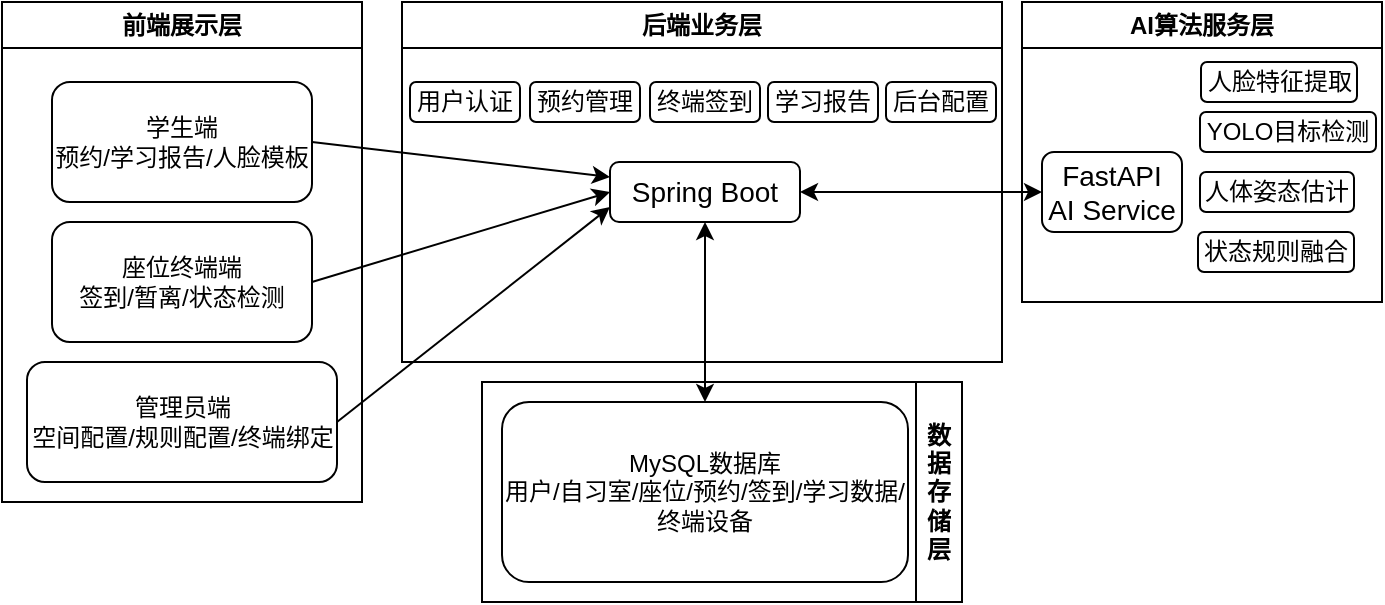
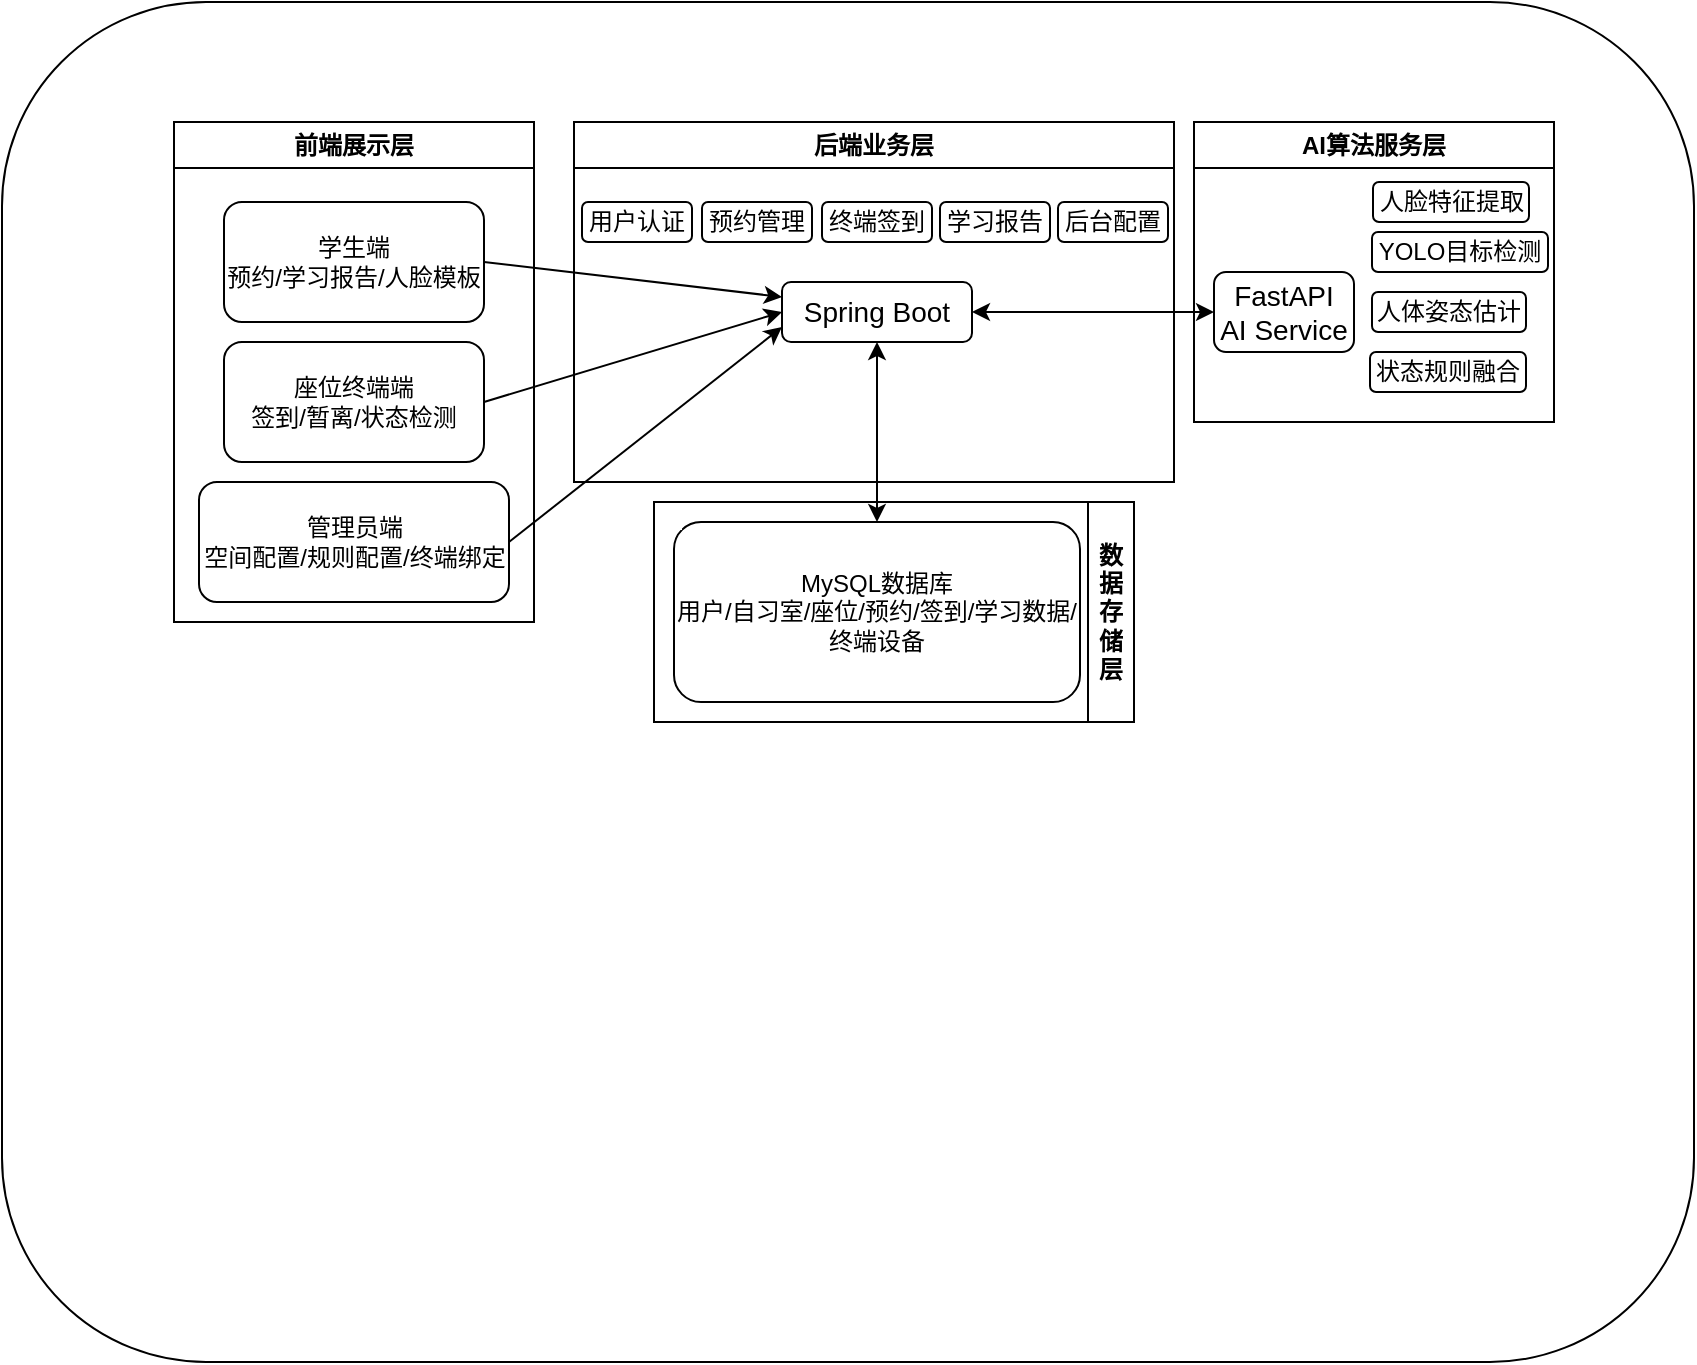
<mxfile host="app.diagrams.net">
  <diagram name="Page-1" id="PEGI1Ielw9zRde44c1g-">
-     <mxGraphModel dx="1153" dy="767" grid="1" gridSize="10" guides="1" tooltips="1" connect="1" arrows="1" fold="1" page="1" pageScale="1" pageWidth="827" pageHeight="1169" math="0" shadow="0">
+     <mxGraphModel dx="821" dy="632" grid="1" gridSize="10" guides="1" tooltips="1" connect="1" arrows="1" fold="1" page="1" pageScale="1" pageWidth="827" pageHeight="1169" math="0" shadow="0">
      <root>
        <mxCell id="0" />
        <mxCell id="1" parent="0" />
+         <mxCell id="z-3stG__BQb6WuKsjPy7-1" parent="1" style="rounded=1;whiteSpace=wrap;html=1;" value="" vertex="1">
+           <mxGeometry height="680" width="846" x="64" y="80" as="geometry" />
+         </mxCell>
        <mxCell id="lSehXV5eR5mi8nAGAwuA-3" parent="1" style="swimlane;whiteSpace=wrap;html=1;" value="前端展示层" vertex="1">
          <mxGeometry height="250" width="180" x="150" y="140" as="geometry" />
        </mxCell>
        <mxCell id="lSehXV5eR5mi8nAGAwuA-4" parent="lSehXV5eR5mi8nAGAwuA-3" style="rounded=1;whiteSpace=wrap;html=1;" value="学生端&lt;br&gt;预约/学习报告/人脸模板" vertex="1">
          <mxGeometry height="60" width="130" x="25" y="40" as="geometry" />
        </mxCell>
        <mxCell id="lSehXV5eR5mi8nAGAwuA-5" parent="lSehXV5eR5mi8nAGAwuA-3" style="rounded=1;whiteSpace=wrap;html=1;" value="座位终端端&lt;div&gt;签到/暂离/状态检测&lt;/div&gt;" vertex="1">
          <mxGeometry height="60" width="130" x="25" y="110" as="geometry" />
        </mxCell>
        <mxCell id="lSehXV5eR5mi8nAGAwuA-6" parent="lSehXV5eR5mi8nAGAwuA-3" style="rounded=1;whiteSpace=wrap;html=1;" value="管理员端&lt;div&gt;空间配置/规则配置/终端绑定&lt;/div&gt;" vertex="1">
          <mxGeometry height="60" width="155" x="12.5" y="180" as="geometry" />
+         </mxCell>
+         <mxCell id="z-3stG__BQb6WuKsjPy7-2" parent="lSehXV5eR5mi8nAGAwuA-3" style="rounded=1;whiteSpace=wrap;html=1;arcSize=0;strokeColor=none;" value="" vertex="1">
+           <mxGeometry height="14" width="16" x="3" y="2" as="geometry" />
        </mxCell>
        <mxCell id="lSehXV5eR5mi8nAGAwuA-7" parent="1" style="swimlane;whiteSpace=wrap;html=1;" value="后端业务层" vertex="1">
          <mxGeometry height="180" width="300" x="350" y="140" as="geometry" />
        </mxCell>
        <mxCell id="lSehXV5eR5mi8nAGAwuA-9" parent="lSehXV5eR5mi8nAGAwuA-7" style="rounded=1;whiteSpace=wrap;html=1;" value="用户认证" vertex="1">
          <mxGeometry height="20" width="55" x="4" y="40" as="geometry" />
        </mxCell>
        <mxCell id="lSehXV5eR5mi8nAGAwuA-10" parent="lSehXV5eR5mi8nAGAwuA-7" style="rounded=1;whiteSpace=wrap;html=1;" value="预约管理" vertex="1">
          <mxGeometry height="20" width="55" x="64" y="40" as="geometry" />
        </mxCell>
        <mxCell id="lSehXV5eR5mi8nAGAwuA-12" parent="lSehXV5eR5mi8nAGAwuA-7" style="rounded=1;whiteSpace=wrap;html=1;" value="学习报告" vertex="1">
          <mxGeometry height="20" width="55" x="183" y="40" as="geometry" />
        </mxCell>
        <mxCell id="lSehXV5eR5mi8nAGAwuA-13" parent="lSehXV5eR5mi8nAGAwuA-7" style="rounded=1;whiteSpace=wrap;html=1;" value="后台配置" vertex="1">
          <mxGeometry height="20" width="55" x="242" y="40" as="geometry" />
        </mxCell>
        <mxCell id="lSehXV5eR5mi8nAGAwuA-11" parent="lSehXV5eR5mi8nAGAwuA-7" style="rounded=1;whiteSpace=wrap;html=1;" value="终端签到" vertex="1">
          <mxGeometry height="20" width="55" x="124" y="40" as="geometry" />
        </mxCell>
        <mxCell id="lSehXV5eR5mi8nAGAwuA-8" parent="lSehXV5eR5mi8nAGAwuA-7" style="rounded=1;whiteSpace=wrap;html=1;" value="&lt;font style=&quot;font-size: 14px;&quot;&gt;Spring Boot&lt;/font&gt;" vertex="1">
          <mxGeometry height="30" width="95" x="104" y="80" as="geometry" />
        </mxCell>
        <mxCell id="lSehXV5eR5mi8nAGAwuA-14" parent="1" style="swimlane;whiteSpace=wrap;html=1;" value="AI算法服务层" vertex="1">
          <mxGeometry height="150" width="180" x="660" y="140" as="geometry" />
        </mxCell>
        <mxCell id="lSehXV5eR5mi8nAGAwuA-15" parent="lSehXV5eR5mi8nAGAwuA-14" style="rounded=1;whiteSpace=wrap;html=1;" value="&lt;font style=&quot;font-size: 14px;&quot;&gt;FastAPI&lt;/font&gt;&lt;div&gt;&lt;font style=&quot;font-size: 14px;&quot;&gt;AI&amp;nbsp;&lt;/font&gt;&lt;span style=&quot;font-size: 14px; background-color: transparent; color: light-dark(rgb(0, 0, 0), rgb(255, 255, 255));&quot;&gt;Service&lt;/span&gt;&lt;/div&gt;" vertex="1">
          <mxGeometry height="40" width="70" x="10" y="75" as="geometry" />
        </mxCell>
        <mxCell id="lSehXV5eR5mi8nAGAwuA-16" parent="lSehXV5eR5mi8nAGAwuA-14" style="rounded=1;whiteSpace=wrap;html=1;" value="人脸特征提取" vertex="1">
          <mxGeometry height="20" width="78" x="89.5" y="30" as="geometry" />
        </mxCell>
        <mxCell id="lSehXV5eR5mi8nAGAwuA-17" parent="lSehXV5eR5mi8nAGAwuA-14" style="rounded=1;whiteSpace=wrap;html=1;" value="YOLO目标检测" vertex="1">
          <mxGeometry height="20" width="88" x="89" y="55" as="geometry" />
        </mxCell>
        <mxCell id="lSehXV5eR5mi8nAGAwuA-18" parent="lSehXV5eR5mi8nAGAwuA-14" style="rounded=1;whiteSpace=wrap;html=1;" value="状态规则融合" vertex="1">
          <mxGeometry height="20" width="78" x="88" y="115" as="geometry" />
        </mxCell>
        <mxCell id="lSehXV5eR5mi8nAGAwuA-19" parent="lSehXV5eR5mi8nAGAwuA-14" style="rounded=1;whiteSpace=wrap;html=1;" value="人体姿态估计" vertex="1">
          <mxGeometry height="20" width="77" x="89" y="85" as="geometry" />
        </mxCell>
        <mxCell id="lSehXV5eR5mi8nAGAwuA-22" parent="1" style="swimlane;whiteSpace=wrap;html=1;direction=south;" value="数据存储层" vertex="1">
          <mxGeometry height="110" width="240" x="390" y="330" as="geometry" />
        </mxCell>
        <mxCell id="lSehXV5eR5mi8nAGAwuA-23" parent="lSehXV5eR5mi8nAGAwuA-22" style="rounded=1;whiteSpace=wrap;html=1;" value="MySQL数据库&lt;br&gt;用户/自习室/座位/预约/签到/学习数据/终端设备" vertex="1">
          <mxGeometry height="90" width="203" x="10" y="10" as="geometry" />
        </mxCell>
        <mxCell id="lSehXV5eR5mi8nAGAwuA-24" edge="1" parent="1" source="lSehXV5eR5mi8nAGAwuA-4" style="rounded=0;orthogonalLoop=1;jettySize=auto;html=1;exitX=1;exitY=0.5;exitDx=0;exitDy=0;entryX=0;entryY=0.25;entryDx=0;entryDy=0;" target="lSehXV5eR5mi8nAGAwuA-8">
          <mxGeometry relative="1" as="geometry" />
        </mxCell>
        <mxCell id="lSehXV5eR5mi8nAGAwuA-25" edge="1" parent="1" source="lSehXV5eR5mi8nAGAwuA-5" style="rounded=0;orthogonalLoop=1;jettySize=auto;html=1;exitX=1;exitY=0.5;exitDx=0;exitDy=0;entryX=0;entryY=0.5;entryDx=0;entryDy=0;" target="lSehXV5eR5mi8nAGAwuA-8">
          <mxGeometry relative="1" as="geometry" />
        </mxCell>
        <mxCell id="lSehXV5eR5mi8nAGAwuA-26" edge="1" parent="1" source="lSehXV5eR5mi8nAGAwuA-6" style="rounded=0;orthogonalLoop=1;jettySize=auto;html=1;exitX=1;exitY=0.5;exitDx=0;exitDy=0;entryX=0;entryY=0.75;entryDx=0;entryDy=0;" target="lSehXV5eR5mi8nAGAwuA-8">
          <mxGeometry relative="1" as="geometry" />
        </mxCell>
        <mxCell id="lSehXV5eR5mi8nAGAwuA-28" edge="1" parent="1" source="lSehXV5eR5mi8nAGAwuA-8" style="rounded=0;orthogonalLoop=1;jettySize=auto;html=1;exitX=1;exitY=0.5;exitDx=0;exitDy=0;entryX=0;entryY=0.5;entryDx=0;entryDy=0;startArrow=classic;startFill=1;" target="lSehXV5eR5mi8nAGAwuA-15">
          <mxGeometry relative="1" as="geometry" />
        </mxCell>
        <mxCell id="lSehXV5eR5mi8nAGAwuA-30" edge="1" parent="1" source="lSehXV5eR5mi8nAGAwuA-8" style="rounded=0;orthogonalLoop=1;jettySize=auto;html=1;exitX=0.5;exitY=1;exitDx=0;exitDy=0;entryX=0.5;entryY=0;entryDx=0;entryDy=0;startArrow=classic;startFill=1;" target="lSehXV5eR5mi8nAGAwuA-23">
          <mxGeometry relative="1" as="geometry" />
        </mxCell>
+         <mxCell id="z-3stG__BQb6WuKsjPy7-3" parent="1" style="rounded=1;whiteSpace=wrap;html=1;arcSize=0;strokeColor=none;" value="" vertex="1">
+           <mxGeometry height="14" width="16" x="354" y="144" as="geometry" />
+         </mxCell>
+         <mxCell id="z-3stG__BQb6WuKsjPy7-4" parent="1" style="rounded=1;whiteSpace=wrap;html=1;arcSize=0;strokeColor=none;" value="" vertex="1">
+           <mxGeometry height="14" width="16" x="664" y="144" as="geometry" />
+         </mxCell>
+         <mxCell id="z-3stG__BQb6WuKsjPy7-5" parent="1" style="rounded=1;whiteSpace=wrap;html=1;arcSize=0;strokeColor=none;" value="" vertex="1">
+           <mxGeometry height="10" width="11" x="393" y="334" as="geometry" />
+         </mxCell>
      </root>
    </mxGraphModel>
  </diagram>
</mxfile>
